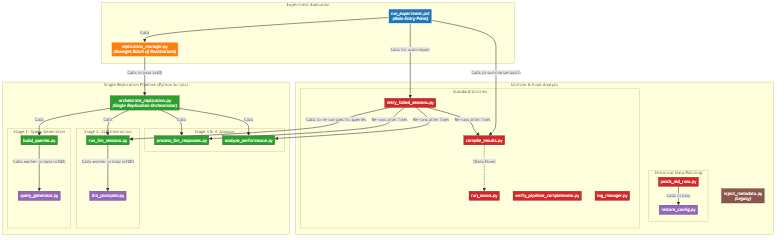
Earlier version of the Mermaid export docs/images/architecture_code.png (peterjmarko/llm-narrative-framework). Its source is kept beside it as docs/diagrams/architecture_code.mmd. The source it was exported from:
```mermaid
graph TD;

    classDef ExperimentRunner fill:#1f77b4,stroke:#fff,stroke-width:2px,color:#fff;
    classDef ReplicationManager fill:#ff7f0e,stroke:#fff,stroke-width:2px,color:#fff;
    classDef Stage fill:#2ca02c,stroke:#333,stroke-width:1px,color:#fff;
    classDef Utility fill:#d62728,stroke:#333,stroke-width:1px,color:#fff;
    classDef Worker fill:#9467bd,stroke:#333,stroke-width:1px,color:#fff;
    classDef Legacy fill:#8c564b,stroke:#333,stroke-width:1px,color:#fff;

    subgraph "Experiment Execution"
        run_exp["run_experiment.ps1<br/><i>(Main Entry Point)</i>"]:::ExperimentRunner;
        rep_man["replication_manager.py<br/><i>(Manages Batch of Replications)</i>"]:::ReplicationManager;
    end

    subgraph "Utilities & Final Analysis"
        direction LR
        subgraph "Standard Utilities"
            retry["retry_failed_sessions.py"]:::Utility;
            compile["compile_results.py"]:::Utility;
            anova["run_anova.py"]:::Utility;
            verify["verify_pipeline_completeness.py"]:::Utility;
            log_man["log_manager.py"]:::Utility;
        end
        subgraph "Historical Data Patching"
            patcher["patch_old_runs.py"]:::Utility;
            restorer["restore_config.py"]:::Worker;
        end
        inject["inject_metadata.py<br/><i>(Legacy)</i>"]:::Legacy;
    end

    subgraph "Single Replication Pipeline (Python Scripts)"
        direction LR;
        orch["orchestrate_replication.py<br/><i>(Single Replication Orchestrator)</i>"]:::Stage;
        subgraph "Stage 1: Query Generation"
            build["build_queries.py"]:::Stage;
            qgen["query_generator.py"]:::Worker;
        end
        subgraph "Stage 2: LLM Interaction"
            sessions["run_llm_sessions.py"]:::Stage;
            prompter["llm_prompter.py"]:::Worker;
        end
        subgraph "Stage 3 & 4: Analysis"
            process["process_llm_responses.py"]:::Stage;
            analyze["analyze_performance.py"]:::Stage;
        end
    end

    run_exp --> |"Calls"| rep_man;
    rep_man --> |"Calls in loop (x30)"| orch;
    run_exp --> |"Calls for auto-repair"| retry;
    run_exp --> |"Calls to summarize batch"| compile;

    orch --> |"Calls"| build;
    build --> |"Calls worker in loop (x100)"| qgen;
    orch --> |"Calls"| sessions;
    sessions --> |"Calls worker in loop (x100)"| prompter;
    orch --> |"Calls"| process;
    orch --> |"Calls"| analyze;

    retry --> |"Calls to re-run specific queries"| sessions;
    retry --> |"Re-runs after fixes"| process;
    retry --> |"Re-runs after fixes"| analyze;
    retry --> |"Re-runs after fixes"| compile;

    compile -.-> |"[Data Flow]"| anova;
    patcher --> |"Calls in loop"| restorer;
```
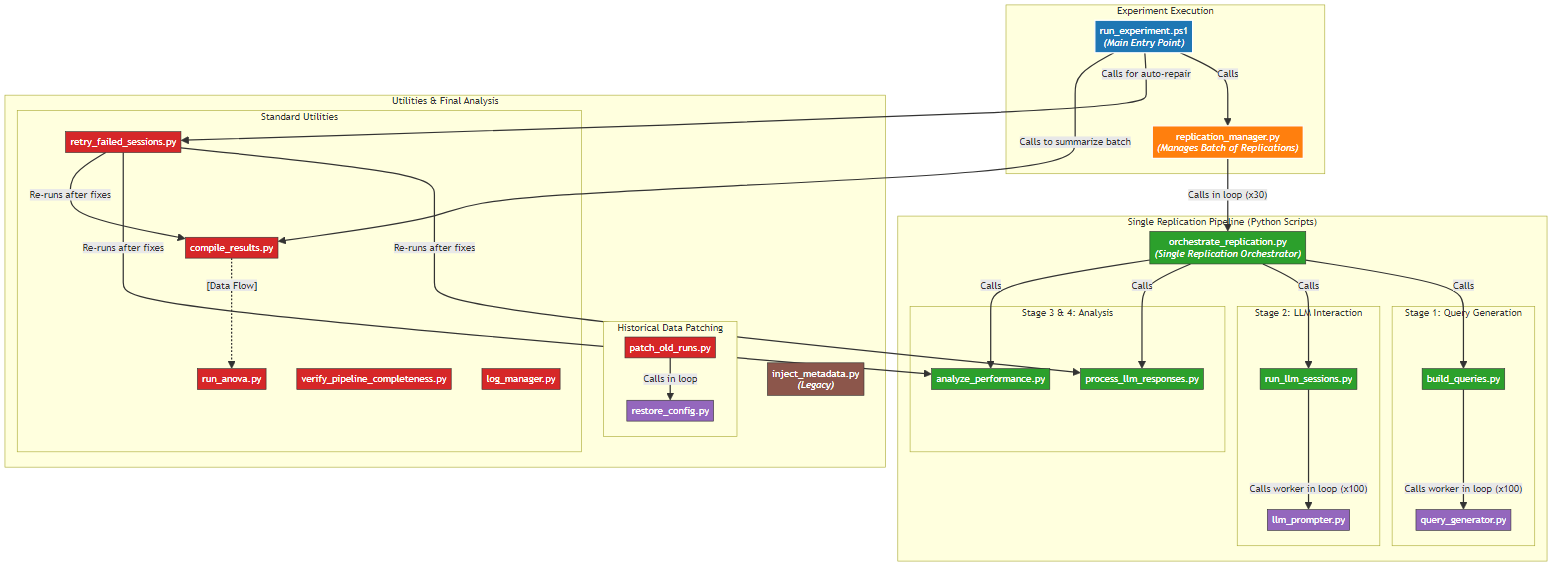
The same diagram one commit later.

The edit, as a diff of the source:
```diff
@@ -12,24 +12,7 @@
         rep_man["replication_manager.py<br/><i>(Manages Batch of Replications)</i>"]:::ReplicationManager;
     end
 
-    subgraph "Utilities & Final Analysis"
-        direction LR
-        subgraph "Standard Utilities"
-            retry["retry_failed_sessions.py"]:::Utility;
-            compile["compile_results.py"]:::Utility;
-            anova["run_anova.py"]:::Utility;
-            verify["verify_pipeline_completeness.py"]:::Utility;
-            log_man["log_manager.py"]:::Utility;
-        end
-        subgraph "Historical Data Patching"
-            patcher["patch_old_runs.py"]:::Utility;
-            restorer["restore_config.py"]:::Worker;
-        end
-        inject["inject_metadata.py<br/><i>(Legacy)</i>"]:::Legacy;
-    end
-
     subgraph "Single Replication Pipeline (Python Scripts)"
-        direction LR;
         orch["orchestrate_replication.py<br/><i>(Single Replication Orchestrator)</i>"]:::Stage;
         subgraph "Stage 1: Query Generation"
             build["build_queries.py"]:::Stage;
@@ -45,10 +28,24 @@
         end
     end
 
+    subgraph "Utilities & Final Analysis"
+        direction TB
+        subgraph "Standard Utilities"
+            retry["retry_failed_sessions.py"]:::Utility;
+            compile["compile_results.py"]:::Utility;
+            anova["run_anova.py"]:::Utility;
+            verify["verify_pipeline_completeness.py"]:::Utility;
+            log_man["log_manager.py"]:::Utility;
+        end
+        subgraph "Historical Data Patching"
+            patcher["patch_old_runs.py"]:::Utility;
+            restorer["restore_config.py"]:::Worker;
+        end
+        inject["inject_metadata.py<br/><i>(Legacy)</i>"]:::Legacy;
+    end
+
     run_exp --> |"Calls"| rep_man;
     rep_man --> |"Calls in loop (x30)"| orch;
-    run_exp --> |"Calls for auto-repair"| retry;
-    run_exp --> |"Calls to summarize batch"| compile;
 
     orch --> |"Calls"| build;
     build --> |"Calls worker in loop (x100)"| qgen;
@@ -57,7 +54,9 @@
     orch --> |"Calls"| process;
     orch --> |"Calls"| analyze;
 
-    retry --> |"Calls to re-run specific queries"| sessions;
+    run_exp --> |"Calls for auto-repair"| retry;
+    run_exp --> |"Calls to summarize batch"| compile;
+
     retry --> |"Re-runs after fixes"| process;
     retry --> |"Re-runs after fixes"| analyze;
     retry --> |"Re-runs after fixes"| compile;
```
